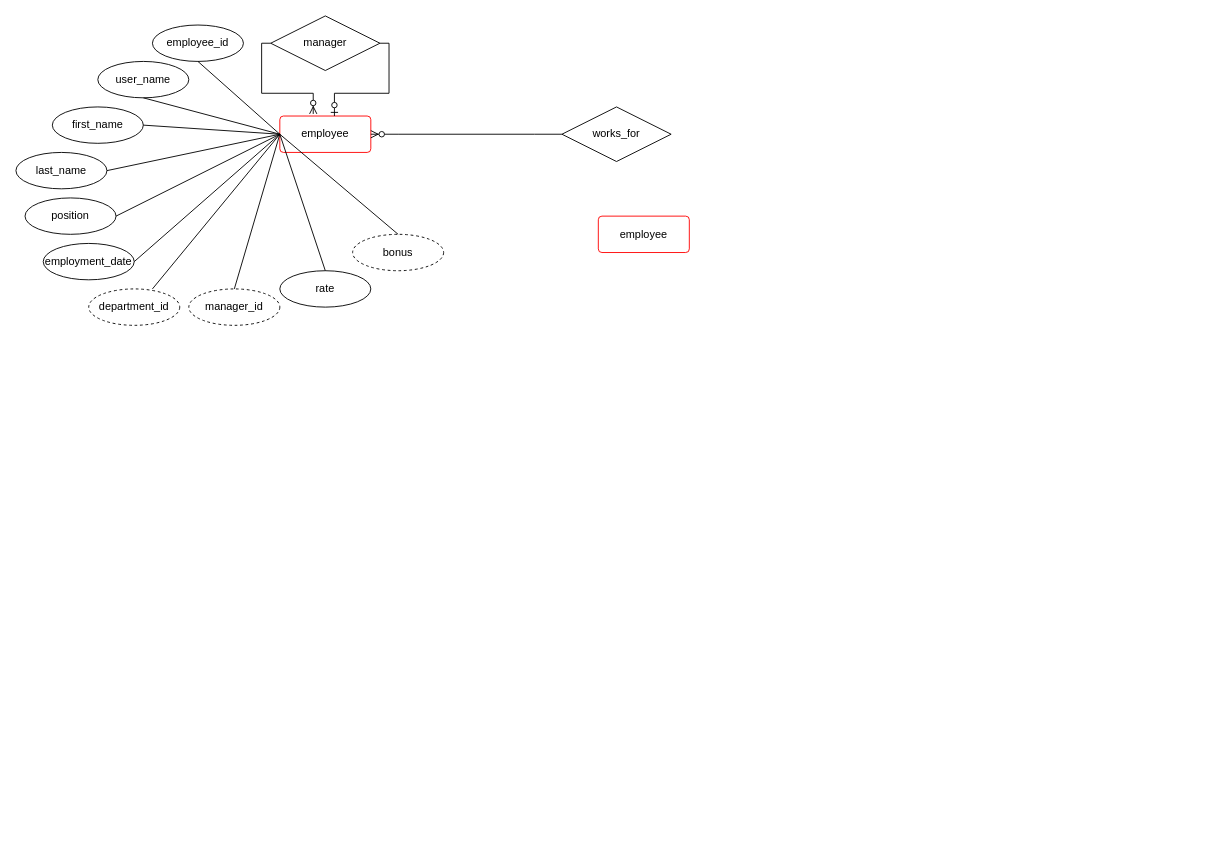
Before: ER for company .drawio in Dodulia/SQL_LAB, a draw.io diagram. Source tidied: cells renumbered, new cells numbered last; positions are measured from the earlier drawing's top-left corner, leaving out a move shared by most shapes. Both pictures are drawn from the tidied source at 91%, with x=0, y=0 at pixel (15, 15).
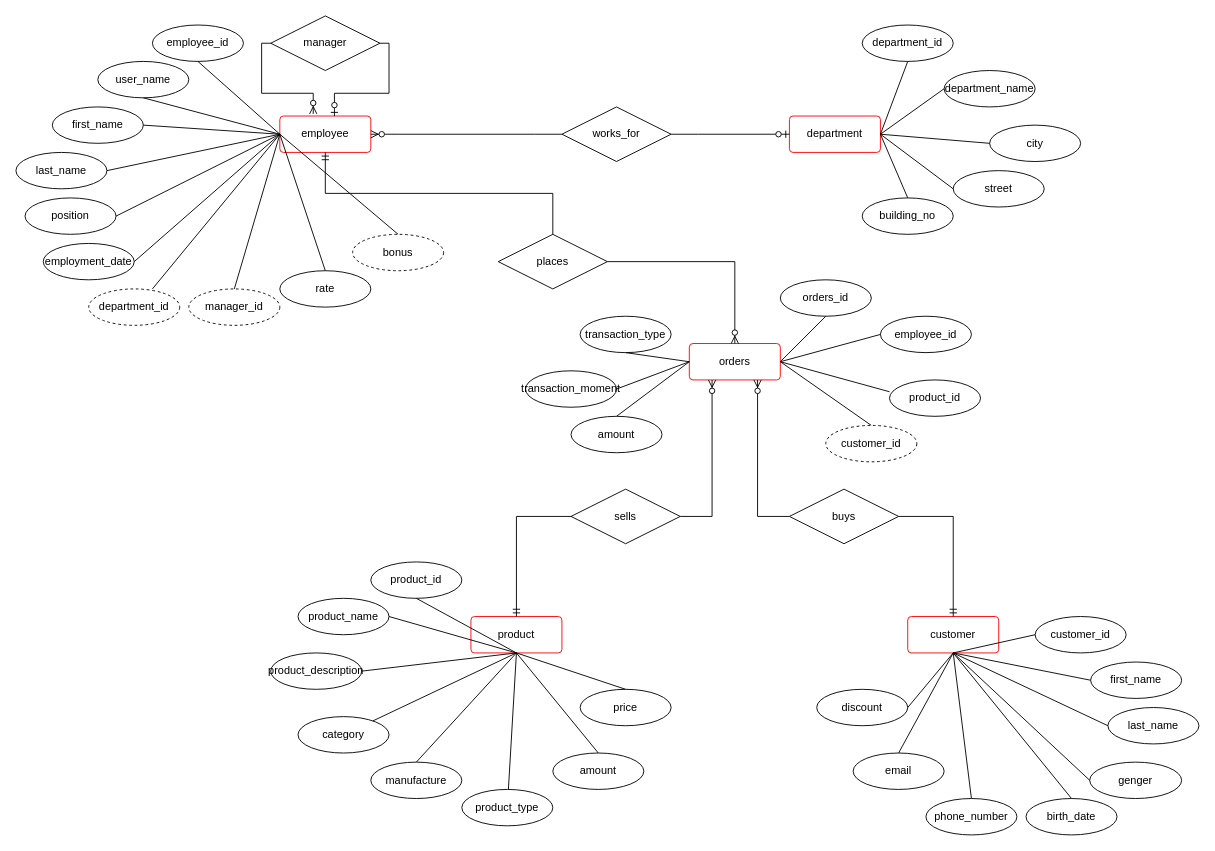
The same diagram, later.

The change refers to these unchanged cells:
```xml
<mxCell id="2" value="employee" style="rounded=1;arcSize=10;whiteSpace=wrap;html=1;align=center;strokeColor=#FF0000;" parent="1" vertex="1">
  <mxGeometry x="290" y="110" width="100" height="40" as="geometry" />
</mxCell>
<mxCell id="26" value="works_for" style="shape=rhombus;perimeter=rhombusPerimeter;whiteSpace=wrap;html=1;align=center;" parent="1" vertex="1">
  <mxGeometry x="600" y="100" width="120" height="60" as="geometry" />
</mxCell>
```

Change to the diagram source:
```diff
@@
-    <mxCell id="28" value="employee" style="rounded=1;arcSize=10;whiteSpace=wrap;html=1;align=center;strokeColor=#FF0000;" parent="1" vertex="1">
-      <mxGeometry x="640" y="220" width="100" height="40" as="geometry" />
+    <mxCell id="28" value="department" style="rounded=1;arcSize=10;whiteSpace=wrap;html=1;align=center;strokeColor=#FF0000;" parent="1" vertex="1">
+      <mxGeometry x="850" y="110" width="100" height="40" as="geometry" />
     </mxCell>
+    <mxCell id="29" style="edgeStyle=entityRelationEdgeStyle;fontSize=12;html=1;endArrow=ERzeroToOne;endFill=1;rounded=0;exitX=1;exitY=0.5;exitDx=0;exitDy=0;entryX=0;entryY=0.5;entryDx=0;entryDy=0;" parent="1" edge="1" source="26" target="28">
+      <mxGeometry relative="1" as="geometry" />
+    </mxCell>
+    <mxCell id="30" value="places" style="shape=rhombus;perimeter=rhombusPerimeter;whiteSpace=wrap;html=1;align=center;" parent="1" vertex="1">
+      <mxGeometry x="530" y="240" width="120" height="60" as="geometry" />
+    </mxCell>
+    <mxCell id="31" style="edgeStyle=orthogonalEdgeStyle;fontSize=12;html=1;endArrow=ERmandOne;rounded=0;entryX=0.5;entryY=1;entryDx=0;entryDy=0;exitX=0.5;exitY=0;exitDx=0;exitDy=0;" parent="1" edge="1" source="30" target="2">
+      <mxGeometry relative="1" as="geometry" />
+    </mxCell>
+    <mxCell id="32" value="orders" style="rounded=1;arcSize=10;whiteSpace=wrap;html=1;align=center;strokeColor=#FF0000;" parent="1" vertex="1">
+      <mxGeometry x="740" y="360" width="100" height="40" as="geometry" />
+    </mxCell>
+    <mxCell id="33" value="sells" style="shape=rhombus;perimeter=rhombusPerimeter;whiteSpace=wrap;html=1;align=center;" parent="1" vertex="1">
+      <mxGeometry x="610" y="520" width="120" height="60" as="geometry" />
+    </mxCell>
+    <mxCell id="34" value="buys" style="shape=rhombus;perimeter=rhombusPerimeter;whiteSpace=wrap;html=1;align=center;" parent="1" vertex="1">
+      <mxGeometry x="850" y="520" width="120" height="60" as="geometry" />
+    </mxCell>
+    <mxCell id="35" style="edgeStyle=orthogonalEdgeStyle;fontSize=12;html=1;endArrow=ERzeroToMany;endFill=1;rounded=0;entryX=0.5;entryY=0;entryDx=0;entryDy=0;exitX=1;exitY=0.5;exitDx=0;exitDy=0;" parent="1" edge="1" source="30" target="32">
+      <mxGeometry relative="1" as="geometry" />
+    </mxCell>
+    <mxCell id="36" style="edgeStyle=orthogonalEdgeStyle;fontSize=12;html=1;endArrow=ERzeroToMany;endFill=1;rounded=0;entryX=0.25;entryY=1;entryDx=0;entryDy=0;" parent="1" edge="1" source="33" target="32">
+      <mxGeometry relative="1" as="geometry" />
+    </mxCell>
+    <mxCell id="37" value="product" style="rounded=1;arcSize=10;whiteSpace=wrap;html=1;align=center;strokeColor=#FF0000;" parent="1" vertex="1">
+      <mxGeometry x="500" y="660" width="100" height="40" as="geometry" />
+    </mxCell>
+    <mxCell id="38" value="customer" style="rounded=1;arcSize=10;whiteSpace=wrap;html=1;align=center;strokeColor=#FF0000;" parent="1" vertex="1">
+      <mxGeometry x="980" y="660" width="100" height="40" as="geometry" />
+    </mxCell>
+    <mxCell id="39" style="edgeStyle=orthogonalEdgeStyle;fontSize=12;html=1;endArrow=ERmandOne;rounded=0;entryX=0.5;entryY=0;entryDx=0;entryDy=0;exitX=1;exitY=0.5;exitDx=0;exitDy=0;" parent="1" edge="1" source="34" target="38">
+      <mxGeometry relative="1" as="geometry" />
+    </mxCell>
+    <mxCell id="40" style="edgeStyle=orthogonalEdgeStyle;fontSize=12;html=1;endArrow=ERmandOne;rounded=0;entryX=0.5;entryY=0;entryDx=0;entryDy=0;exitX=0;exitY=0.5;exitDx=0;exitDy=0;" parent="1" edge="1" source="33" target="37">
+      <mxGeometry relative="1" as="geometry" />
+    </mxCell>
+    <mxCell id="41" value="department_id" style="ellipse;whiteSpace=wrap;html=1;align=center;" parent="1" vertex="1">
+      <mxGeometry x="930" y="10" width="100" height="40" as="geometry" />
+    </mxCell>
+    <mxCell id="42" value="department_name" style="ellipse;whiteSpace=wrap;html=1;align=center;" parent="1" vertex="1">
+      <mxGeometry x="1020" y="60" width="100" height="40" as="geometry" />
+    </mxCell>
+    <mxCell id="43" value="city" style="ellipse;whiteSpace=wrap;html=1;align=center;" parent="1" vertex="1">
+      <mxGeometry x="1070" y="120" width="100" height="40" as="geometry" />
+    </mxCell>
+    <mxCell id="44" value="street" style="ellipse;whiteSpace=wrap;html=1;align=center;" parent="1" vertex="1">
+      <mxGeometry x="1030" y="170" width="100" height="40" as="geometry" />
+    </mxCell>
+    <mxCell id="45" value="building_no" style="ellipse;whiteSpace=wrap;html=1;align=center;" parent="1" vertex="1">
+      <mxGeometry x="930" y="200" width="100" height="40" as="geometry" />
+    </mxCell>
+    <mxCell id="46" style="endArrow=none;html=1;rounded=0;entryX=1;entryY=0.5;entryDx=0;entryDy=0;exitX=0;exitY=0.5;exitDx=0;exitDy=0;" parent="1" edge="1" source="42" target="28">
+      <mxGeometry relative="1" as="geometry" />
+    </mxCell>
+    <mxCell id="47" style="endArrow=none;html=1;rounded=0;entryX=1;entryY=0.5;entryDx=0;entryDy=0;exitX=0;exitY=0.5;exitDx=0;exitDy=0;" parent="1" edge="1" source="43" target="28">
+      <mxGeometry relative="1" as="geometry" />
+    </mxCell>
+    <mxCell id="48" style="endArrow=none;html=1;rounded=0;entryX=1;entryY=0.5;entryDx=0;entryDy=0;exitX=0;exitY=0.5;exitDx=0;exitDy=0;" parent="1" edge="1" source="44" target="28">
+      <mxGeometry relative="1" as="geometry" />
+    </mxCell>
+    <mxCell id="49" style="endArrow=none;html=1;rounded=0;entryX=1;entryY=0.5;entryDx=0;entryDy=0;exitX=0.5;exitY=0;exitDx=0;exitDy=0;" parent="1" edge="1" source="45" target="28">
+      <mxGeometry relative="1" as="geometry" />
+    </mxCell>
+    <mxCell id="50" style="endArrow=none;html=1;rounded=0;entryX=0.5;entryY=1;entryDx=0;entryDy=0;exitX=1;exitY=0.5;exitDx=0;exitDy=0;" parent="1" edge="1" source="28" target="41">
+      <mxGeometry relative="1" as="geometry" />
+    </mxCell>
+    <mxCell id="51" value="employee_id" style="ellipse;whiteSpace=wrap;html=1;align=center;" parent="1" vertex="1">
+      <mxGeometry x="950" y="330" width="100" height="40" as="geometry" />
+    </mxCell>
+    <mxCell id="52" value="product_id" style="ellipse;whiteSpace=wrap;html=1;align=center;" parent="1" vertex="1">
+      <mxGeometry x="960" y="400" width="100" height="40" as="geometry" />
+    </mxCell>
+    <mxCell id="53" value="transaction_type" style="ellipse;whiteSpace=wrap;html=1;align=center;" parent="1" vertex="1">
+      <mxGeometry x="620" y="330" width="100" height="40" as="geometry" />
+    </mxCell>
+    <mxCell id="54" value="transaction_moment" style="ellipse;whiteSpace=wrap;html=1;align=center;" parent="1" vertex="1">
+      <mxGeometry x="560" y="390" width="100" height="40" as="geometry" />
+    </mxCell>
+    <mxCell id="55" value="amount" style="ellipse;whiteSpace=wrap;html=1;align=center;" parent="1" vertex="1">
+      <mxGeometry x="610" y="440" width="100" height="40" as="geometry" />
+    </mxCell>
+    <mxCell id="56" value="orders_id" style="ellipse;whiteSpace=wrap;html=1;align=center;" parent="1" vertex="1">
+      <mxGeometry x="840" y="290" width="100" height="40" as="geometry" />
+    </mxCell>
+    <mxCell id="57" style="endArrow=none;html=1;rounded=0;entryX=0;entryY=0.5;entryDx=0;entryDy=0;exitX=0.5;exitY=1;exitDx=0;exitDy=0;" parent="1" edge="1" source="53" target="32">
+      <mxGeometry relative="1" as="geometry" />
+    </mxCell>
+    <mxCell id="58" style="endArrow=none;html=1;rounded=0;entryX=0;entryY=0.5;entryDx=0;entryDy=0;exitX=1;exitY=0.5;exitDx=0;exitDy=0;" parent="1" edge="1" source="54" target="32">
+      <mxGeometry relative="1" as="geometry" />
+    </mxCell>
+    <mxCell id="59" style="endArrow=none;html=1;rounded=0;exitX=0.5;exitY=0;exitDx=0;exitDy=0;" parent="1" edge="1" source="55">
+      <mxGeometry relative="1" as="geometry">
+        <mxPoint x="740" y="380" as="targetPoint" />
+      </mxGeometry>
+    </mxCell>
+    <mxCell id="60" style="endArrow=none;html=1;rounded=0;exitX=1;exitY=0.5;exitDx=0;exitDy=0;entryX=0.5;entryY=1;entryDx=0;entryDy=0;" parent="1" edge="1" source="32" target="56">
+      <mxGeometry relative="1" as="geometry" />
+    </mxCell>
+    <mxCell id="61" style="endArrow=none;html=1;rounded=0;exitX=1;exitY=0.5;exitDx=0;exitDy=0;entryX=0;entryY=0.5;entryDx=0;entryDy=0;" parent="1" edge="1" source="32" target="51">
+      <mxGeometry relative="1" as="geometry" />
+    </mxCell>
+    <mxCell id="62" style="endArrow=none;html=1;rounded=0;exitX=1;exitY=0.5;exitDx=0;exitDy=0;entryX=0;entryY=0.325;entryDx=0;entryDy=0;entryPerimeter=0;" parent="1" edge="1" source="32" target="52">
+      <mxGeometry relative="1" as="geometry" />
+    </mxCell>
+    <mxCell id="63" style="endArrow=none;html=1;rounded=0;exitX=1;exitY=0.5;exitDx=0;exitDy=0;entryX=0.5;entryY=0;entryDx=0;entryDy=0;" parent="1" edge="1" source="32" target="96">
+      <mxGeometry relative="1" as="geometry" />
+    </mxCell>
+    <mxCell id="64" value="product_id" style="ellipse;whiteSpace=wrap;html=1;align=center;" parent="1" vertex="1">
+      <mxGeometry x="390" y="600" width="100" height="40" as="geometry" />
+    </mxCell>
+    <mxCell id="65" value="product_name" style="ellipse;whiteSpace=wrap;html=1;align=center;" parent="1" vertex="1">
+      <mxGeometry x="310" y="640" width="100" height="40" as="geometry" />
+    </mxCell>
+    <mxCell id="66" value="product_description" style="ellipse;whiteSpace=wrap;html=1;align=center;" parent="1" vertex="1">
+      <mxGeometry x="280" y="700" width="100" height="40" as="geometry" />
+    </mxCell>
+    <mxCell id="67" value="category" style="ellipse;whiteSpace=wrap;html=1;align=center;" parent="1" vertex="1">
+      <mxGeometry x="310" y="770" width="100" height="40" as="geometry" />
+    </mxCell>
+    <mxCell id="68" value="manufacture" style="ellipse;whiteSpace=wrap;html=1;align=center;" parent="1" vertex="1">
+      <mxGeometry x="390" y="820" width="100" height="40" as="geometry" />
+    </mxCell>
+    <mxCell id="69" value="product_type" style="ellipse;whiteSpace=wrap;html=1;align=center;" parent="1" vertex="1">
+      <mxGeometry x="490" y="850" width="100" height="40" as="geometry" />
+    </mxCell>
+    <mxCell id="70" value="amount" style="ellipse;whiteSpace=wrap;html=1;align=center;" parent="1" vertex="1">
+      <mxGeometry x="590" y="810" width="100" height="40" as="geometry" />
+    </mxCell>
+    <mxCell id="71" value="customer_id" style="ellipse;whiteSpace=wrap;html=1;align=center;" parent="1" vertex="1">
+      <mxGeometry x="1120" y="660" width="100" height="40" as="geometry" />
+    </mxCell>
+    <mxCell id="72" value="first_name" style="ellipse;whiteSpace=wrap;html=1;align=center;" parent="1" vertex="1">
+      <mxGeometry x="1181" y="710" width="100" height="40" as="geometry" />
+    </mxCell>
+    <mxCell id="73" value="last_name" style="ellipse;whiteSpace=wrap;html=1;align=center;" parent="1" vertex="1">
+      <mxGeometry x="1200" y="760" width="100" height="40" as="geometry" />
+    </mxCell>
+    <mxCell id="74" value="genger" style="ellipse;whiteSpace=wrap;html=1;align=center;" parent="1" vertex="1">
+      <mxGeometry x="1180" y="820" width="101" height="40" as="geometry" />
+    </mxCell>
+    <mxCell id="75" value="birth_date" style="ellipse;whiteSpace=wrap;html=1;align=center;" parent="1" vertex="1">
+      <mxGeometry x="1110" y="860" width="100" height="40" as="geometry" />
+    </mxCell>
+    <mxCell id="76" value="phone_number" style="ellipse;whiteSpace=wrap;html=1;align=center;" parent="1" vertex="1">
+      <mxGeometry x="1000" y="860" width="100" height="40" as="geometry" />
+    </mxCell>
+    <mxCell id="77" value="email" style="ellipse;whiteSpace=wrap;html=1;align=center;" parent="1" vertex="1">
+      <mxGeometry x="920" y="810" width="100" height="40" as="geometry" />
+    </mxCell>
+    <mxCell id="78" value="discount" style="ellipse;whiteSpace=wrap;html=1;align=center;" parent="1" vertex="1">
+      <mxGeometry x="880" y="740" width="100" height="40" as="geometry" />
+    </mxCell>
+    <mxCell id="79" value="price" style="ellipse;whiteSpace=wrap;html=1;align=center;" parent="1" vertex="1">
+      <mxGeometry x="620" y="740" width="100" height="40" as="geometry" />
+    </mxCell>
+    <mxCell id="80" style="endArrow=none;html=1;rounded=0;entryX=0.5;entryY=0;entryDx=0;entryDy=0;exitX=0.5;exitY=1;exitDx=0;exitDy=0;" parent="1" edge="1" source="37" target="79">
+      <mxGeometry relative="1" as="geometry" />
+    </mxCell>
+    <mxCell id="81" style="endArrow=none;html=1;rounded=0;exitX=0.5;exitY=1;exitDx=0;exitDy=0;entryX=0;entryY=0.5;entryDx=0;entryDy=0;" parent="1" edge="1" source="38" target="71">
+      <mxGeometry relative="1" as="geometry" />
+    </mxCell>
+    <mxCell id="82" style="endArrow=none;html=1;rounded=0;exitX=1;exitY=0.5;exitDx=0;exitDy=0;" parent="1" edge="1" source="66">
+      <mxGeometry relative="1" as="geometry">
+        <mxPoint x="550" y="700" as="targetPoint" />
+      </mxGeometry>
+    </mxCell>
+    <mxCell id="83" style="endArrow=none;html=1;rounded=0;entryX=0.5;entryY=1;entryDx=0;entryDy=0;exitX=0.5;exitY=1;exitDx=0;exitDy=0;" parent="1" edge="1" source="64" target="37">
+      <mxGeometry relative="1" as="geometry" />
+    </mxCell>
+    <mxCell id="84" style="endArrow=none;html=1;rounded=0;exitX=1;exitY=0.5;exitDx=0;exitDy=0;" parent="1" edge="1" source="65">
+      <mxGeometry relative="1" as="geometry">
+        <mxPoint x="550" y="700" as="targetPoint" />
+      </mxGeometry>
+    </mxCell>
+    <mxCell id="85" style="endArrow=none;html=1;rounded=0;" parent="1" edge="1" source="67">
+      <mxGeometry relative="1" as="geometry">
+        <mxPoint x="550" y="700" as="targetPoint" />
+      </mxGeometry>
+    </mxCell>
+    <mxCell id="86" style="endArrow=none;html=1;rounded=0;exitX=0.5;exitY=0;exitDx=0;exitDy=0;" parent="1" edge="1" source="68">
+      <mxGeometry relative="1" as="geometry">
+        <mxPoint x="550" y="700" as="targetPoint" />
+      </mxGeometry>
+    </mxCell>
+    <mxCell id="87" style="endArrow=none;html=1;rounded=0;" parent="1" edge="1" source="69">
+      <mxGeometry relative="1" as="geometry">
+        <mxPoint x="550" y="700" as="targetPoint" />
+      </mxGeometry>
+    </mxCell>
+    <mxCell id="88" style="endArrow=none;html=1;rounded=0;exitX=0.5;exitY=0;exitDx=0;exitDy=0;" parent="1" edge="1" source="70">
+      <mxGeometry relative="1" as="geometry">
+        <mxPoint x="550" y="700" as="targetPoint" />
+      </mxGeometry>
+    </mxCell>
+    <mxCell id="89" style="endArrow=none;html=1;rounded=0;entryX=0;entryY=0.5;entryDx=0;entryDy=0;exitX=0.5;exitY=1;exitDx=0;exitDy=0;" parent="1" edge="1" source="38" target="72">
+      <mxGeometry relative="1" as="geometry" />
+    </mxCell>
+    <mxCell id="90" style="endArrow=none;html=1;rounded=0;exitX=0.5;exitY=1;exitDx=0;exitDy=0;entryX=0;entryY=0.5;entryDx=0;entryDy=0;" parent="1" edge="1" source="38" target="73">
+      <mxGeometry relative="1" as="geometry" />
+    </mxCell>
+    <mxCell id="91" style="endArrow=none;html=1;rounded=0;exitX=0.5;exitY=1;exitDx=0;exitDy=0;entryX=0;entryY=0.5;entryDx=0;entryDy=0;" parent="1" edge="1" source="38" target="74">
+      <mxGeometry relative="1" as="geometry" />
+    </mxCell>
+    <mxCell id="92" style="endArrow=none;html=1;rounded=0;exitX=0.5;exitY=1;exitDx=0;exitDy=0;entryX=0.5;entryY=0;entryDx=0;entryDy=0;" parent="1" edge="1" source="38" target="75">
+      <mxGeometry relative="1" as="geometry" />
+    </mxCell>
+    <mxCell id="93" style="endArrow=none;html=1;rounded=0;exitX=0.5;exitY=1;exitDx=0;exitDy=0;entryX=0.5;entryY=0;entryDx=0;entryDy=0;" parent="1" edge="1" source="38" target="76">
+      <mxGeometry relative="1" as="geometry" />
+    </mxCell>
+    <mxCell id="94" style="endArrow=none;html=1;rounded=0;exitX=0.5;exitY=1;exitDx=0;exitDy=0;entryX=0.5;entryY=0;entryDx=0;entryDy=0;" parent="1" edge="1" source="38" target="77">
+      <mxGeometry relative="1" as="geometry" />
+    </mxCell>
+    <mxCell id="95" style="endArrow=none;html=1;rounded=0;exitX=0.5;exitY=1;exitDx=0;exitDy=0;entryX=1;entryY=0.5;entryDx=0;entryDy=0;" parent="1" edge="1" source="38" target="78">
+      <mxGeometry relative="1" as="geometry" />
+    </mxCell>
+    <mxCell id="96" value="customer_id" style="ellipse;whiteSpace=wrap;html=1;align=center;dashed=1;" parent="1" vertex="1">
+      <mxGeometry x="890" y="450" width="100" height="40" as="geometry" />
+    </mxCell>
+    <mxCell id="97" style="edgeStyle=orthogonalEdgeStyle;fontSize=12;html=1;endArrow=ERzeroToMany;endFill=1;rounded=0;entryX=0.75;entryY=1;entryDx=0;entryDy=0;exitX=0;exitY=0.5;exitDx=0;exitDy=0;" parent="1" edge="1" source="34" target="32">
+      <mxGeometry relative="1" as="geometry" />
+    </mxCell>
```
